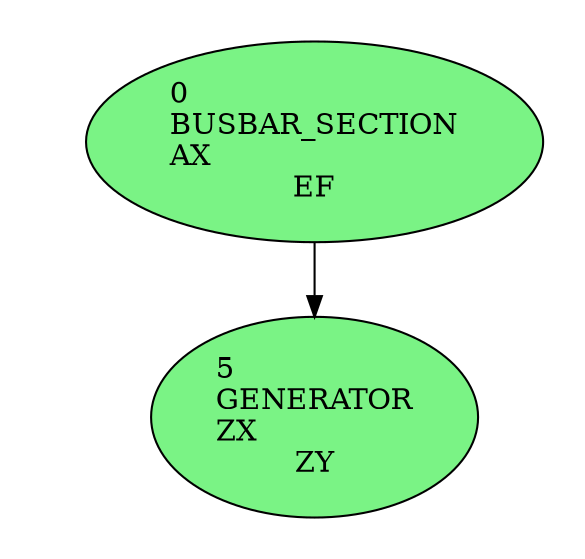
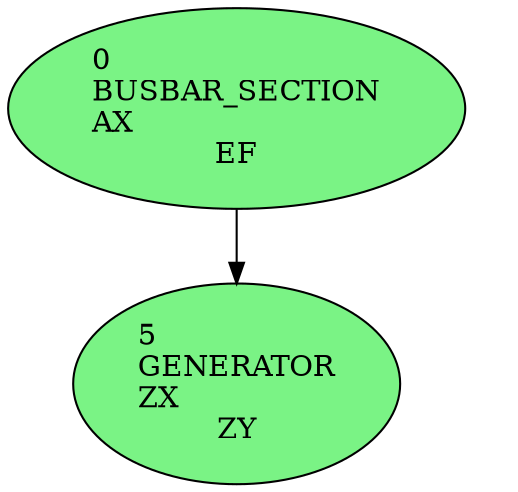
digraph G {
- 	node [shape=box];
- 	compound=true;
- 	n0 [label="0\lBUSBAR_SECTION\lAX\lEF",shape="ellipse",style="filled",fillcolor="#7AF385"];
- 	n2 [label="5\lGENERATOR\lZX\lZY",shape="ellipse",style="filled",fillcolor="#7AF385"];
- 	n0 -> n2 [];
- 	subgraph cluster_c1 {
- 		// scope xxxxx
- 		cluster_c1 [label="",shape=point,style=invis];
- 		pencolor="transparent";
- 		n0;
- 		n2;
- 	}
+   compound=true;
+   0 [ label="0\lBUSBAR_SECTION\lAX\lEF" shape="ellipse" style="filled" fillcolor="#7AF385" ];
+   5 [ label="5\lGENERATOR\lZX\lZY" shape="ellipse" style="filled" fillcolor="#7AF385" ];
+   0 -> 5 [ ];
+   subgraph S_0 {
+     S_0 [ label="" shape="point" style="invis" ];
+     pencolor=transparent;
+     0;
+     5;
+   }
}
